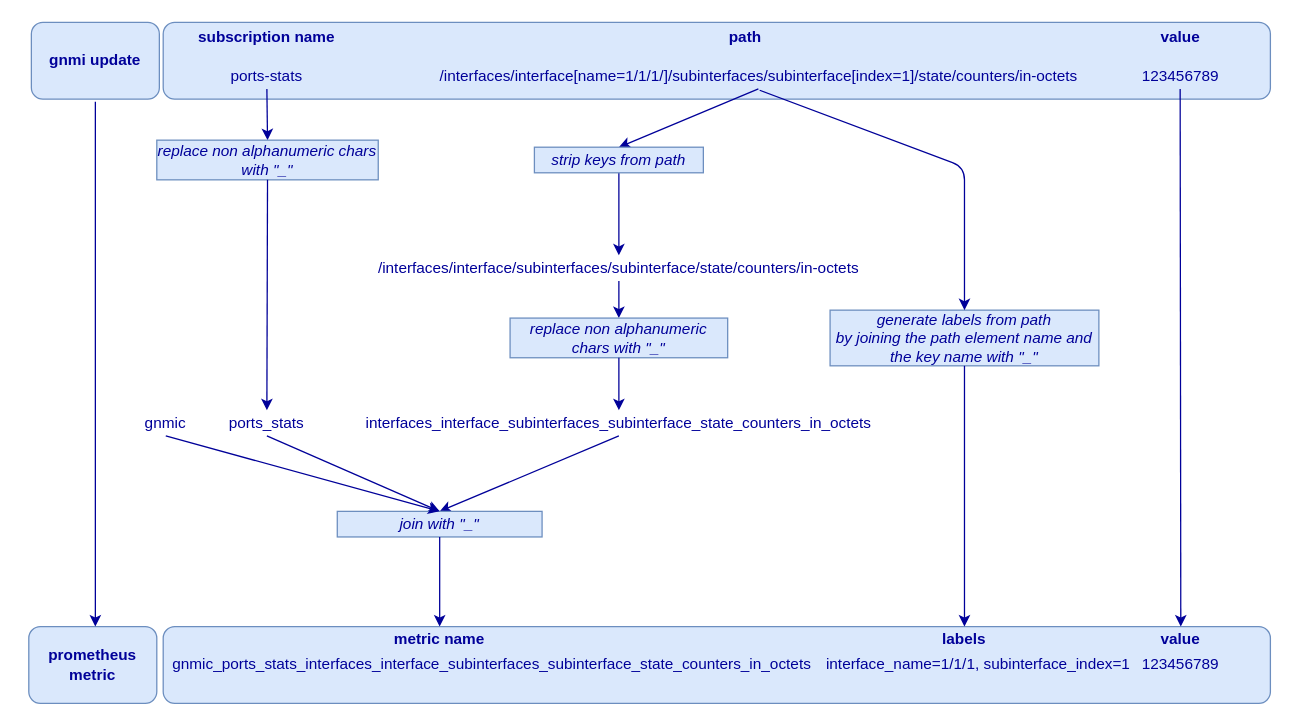
karimra/gnmic keeps this draw.io diagram as diagrams/prometheus_transformation.drawio. Above is the earlier version. Source tidied: cells renumbered, new cells numbered last; positions are measured from the earlier drawing's top-left corner, leaving out a move shared by most shapes. Both pictures are drawn from the tidied source at 128%, with x=0, y=0 at pixel (22, 22).
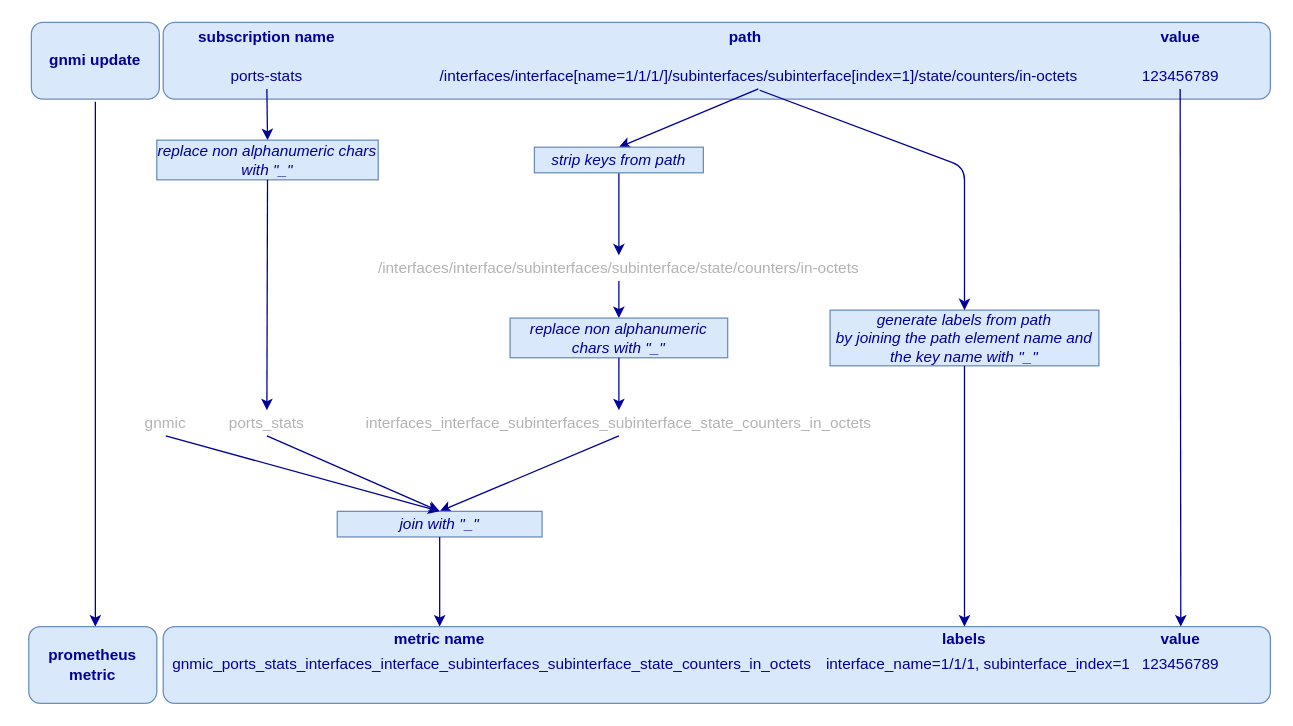
Above is the later version.

What changed in the source:
```diff
@@
-    <mxCell id="12" value="/interfaces/interface/subinterfaces/subinterface/state/counters/in-octets" style="text;html=1;strokeColor=none;fillColor=none;align=center;verticalAlign=middle;whiteSpace=wrap;labelBackgroundColor=none;labelBorderColor=none;fontColor=#000099;" parent="1" vertex="1">
+    <mxCell id="12" value="&lt;font color=&quot;#b3b3b3&quot;&gt;/interfaces/interface/subinterfaces/subinterface/state/counters/in-octets&lt;/font&gt;" style="text;html=1;strokeColor=none;fillColor=none;align=center;verticalAlign=middle;whiteSpace=wrap;labelBackgroundColor=none;labelBorderColor=none;fontColor=#000099;" parent="1" vertex="1">
       <mxGeometry x="276" y="182" width="380" height="20" as="geometry" />
     </mxCell>
@@
-    <mxCell id="17" value="interfaces_interface_subinterfaces_subinterface_state_counters_in_octets" style="text;html=1;strokeColor=none;fillColor=none;align=center;verticalAlign=middle;whiteSpace=wrap;labelBackgroundColor=none;labelBorderColor=none;fontColor=#000099;" parent="1" vertex="1">
+    <mxCell id="17" value="&lt;font color=&quot;#b3b3b3&quot;&gt;interfaces_interface_subinterfaces_subinterface_state_counters_in_octets&lt;/font&gt;" style="text;html=1;strokeColor=none;fillColor=none;align=center;verticalAlign=middle;whiteSpace=wrap;labelBackgroundColor=none;labelBorderColor=none;fontColor=#000099;" parent="1" vertex="1">
       <mxGeometry x="276" y="303" width="380" height="20" as="geometry" />
     </mxCell>
@@
-    <mxCell id="19" value="ports_stats" style="text;html=1;strokeColor=none;fillColor=none;align=center;verticalAlign=middle;whiteSpace=wrap;labelBackgroundColor=none;labelBorderColor=none;fontColor=#000099;" parent="1" vertex="1">
+    <mxCell id="19" value="&lt;font color=&quot;#b3b3b3&quot;&gt;ports_stats&lt;/font&gt;" style="text;html=1;strokeColor=none;fillColor=none;align=center;verticalAlign=middle;whiteSpace=wrap;labelBackgroundColor=none;labelBorderColor=none;fontColor=#000099;" parent="1" vertex="1">
       <mxGeometry x="146" y="303" width="90" height="20" as="geometry" />
     </mxCell>
@@
-    <mxCell id="38" value="gnmic" style="text;html=1;strokeColor=none;fillColor=none;align=center;verticalAlign=middle;whiteSpace=wrap;labelBackgroundColor=none;labelBorderColor=none;fontColor=#000099;" parent="1" vertex="1">
+    <mxCell id="38" value="&lt;font color=&quot;#b3b3b3&quot;&gt;gnmic&lt;/font&gt;" style="text;html=1;strokeColor=none;fillColor=none;align=center;verticalAlign=middle;whiteSpace=wrap;labelBackgroundColor=none;labelBorderColor=none;fontColor=#000099;" parent="1" vertex="1">
       <mxGeometry x="67" y="303" width="90" height="20" as="geometry" />
     </mxCell>
```
